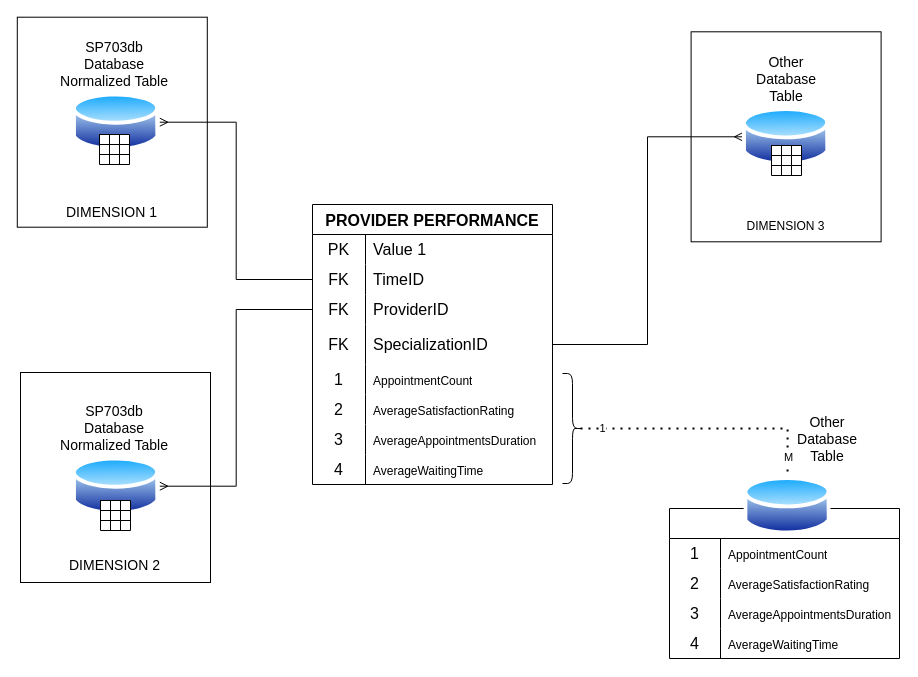
Above: page "datasource diagram DW" (9 of 9) of SP703.drawio in vinsanity2022/ERD_SP703 (draw.io), before the change. Source tidied: cells renumbered, new cells numbered last; positions are measured from the earlier drawing's top-left corner, leaving out a move shared by most shapes. Both pictures are drawn from the tidied source at 100%, with x=0, y=0 at pixel (17, 17).
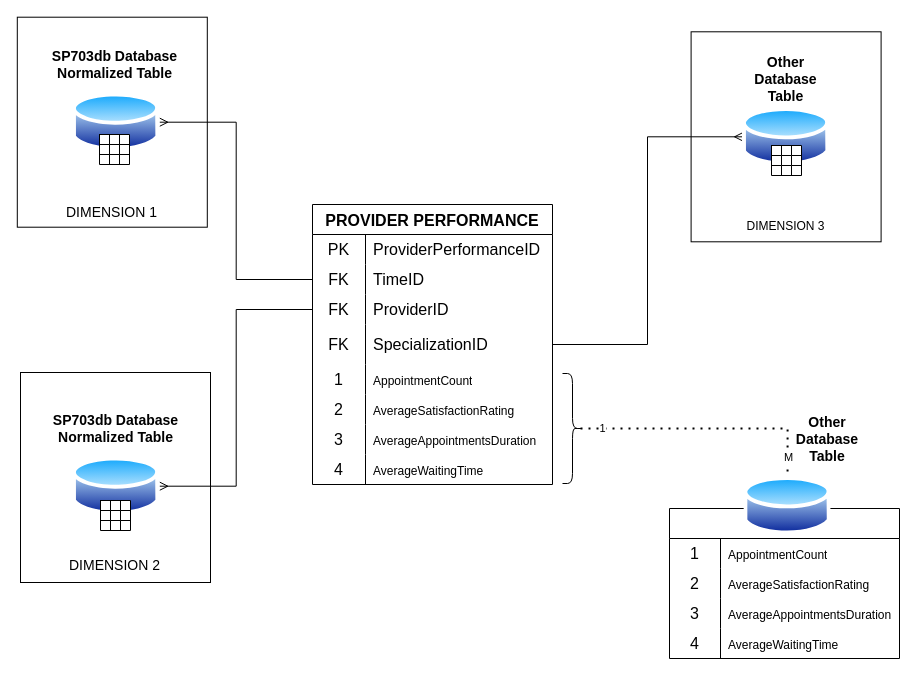
Above is the later version.

Unchanged cells that the change refers to:
```xml
<mxCell id="7" style="shape=tableRow;horizontal=0;startSize=0;swimlaneHead=0;swimlaneBody=0;top=0;left=0;bottom=0;right=0;fillColor=none;strokeColor=inherit;fontSize=16;" parent="6" vertex="1">
  <mxGeometry y="30" width="240" height="30" as="geometry" />
</mxCell>
```

What changed in the source:
```diff
@@
-    <mxCell id="9" value="Value 1" style="shape=partialRectangle;html=1;whiteSpace=wrap;fillColor=none;top=0;left=0;bottom=0;right=0;align=left;spacingLeft=6;overflow=hidden;strokeColor=inherit;fontSize=16;" parent="7" vertex="1">
+    <mxCell id="9" value="ProviderPerformanceID" style="shape=partialRectangle;html=1;whiteSpace=wrap;fillColor=none;top=0;left=0;bottom=0;right=0;align=left;spacingLeft=6;overflow=hidden;strokeColor=inherit;fontSize=16;" parent="7" vertex="1">
       <mxGeometry x="53" width="187" height="30" as="geometry" />
     </mxCell>
@@
-    <mxCell id="45" value="&lt;font style=&quot;font-size: 14px;&quot;&gt;Other Database Table&lt;/font&gt;" style="text;strokeColor=none;align=center;fillColor=none;html=1;verticalAlign=middle;whiteSpace=wrap;rounded=0;" parent="1" vertex="1">
+    <mxCell id="45" value="&lt;font style=&quot;font-size: 14px;&quot;&gt;&lt;b&gt;Other Database Table&lt;/b&gt;&lt;/font&gt;" style="text;strokeColor=none;align=center;fillColor=none;html=1;verticalAlign=middle;whiteSpace=wrap;rounded=0;" parent="1" vertex="1">
       <mxGeometry x="775" y="397" width="70" height="50" as="geometry" />
     </mxCell>
-    <mxCell id="46" value="&lt;font style=&quot;font-size: 14px;&quot;&gt;Other Database Table&lt;/font&gt;" style="text;strokeColor=none;align=center;fillColor=none;html=1;verticalAlign=middle;whiteSpace=wrap;rounded=0;" parent="1" vertex="1">
-      <mxGeometry x="733.6" y="37" width="70" height="50" as="geometry" />
+    <mxCell id="46" value="&lt;font style=&quot;font-size: 14px;&quot;&gt;&lt;b&gt;Other Database Table&lt;/b&gt;&lt;/font&gt;" style="text;strokeColor=none;align=center;fillColor=none;html=1;verticalAlign=middle;whiteSpace=wrap;rounded=0;" parent="1" vertex="1">
+      <mxGeometry x="727.6" y="37" width="81.3" height="50" as="geometry" />
     </mxCell>
@@
-    <mxCell id="51" value="&lt;font style=&quot;font-size: 14px;&quot;&gt;SP703db Database Normalized Table&lt;/font&gt;" style="text;strokeColor=none;align=center;fillColor=none;html=1;verticalAlign=middle;whiteSpace=wrap;rounded=0;" parent="1" vertex="1">
-      <mxGeometry x="40" y="22.4" width="113.7" height="50" as="geometry" />
+    <mxCell id="51" value="&lt;font style=&quot;font-size: 14px;&quot;&gt;&lt;b&gt;SP703db Database Normalized Table&lt;/b&gt;&lt;/font&gt;" style="text;strokeColor=none;align=center;fillColor=none;html=1;verticalAlign=middle;whiteSpace=wrap;rounded=0;" parent="1" vertex="1">
+      <mxGeometry x="30" y="22.4" width="135" height="50" as="geometry" />
     </mxCell>
@@
-    <mxCell id="99" value="&lt;font style=&quot;font-size: 14px;&quot;&gt;SP703db Database Normalized Table&lt;/font&gt;" style="text;strokeColor=none;align=center;fillColor=none;html=1;verticalAlign=middle;whiteSpace=wrap;rounded=0;" parent="1" vertex="1">
-      <mxGeometry x="40.2" y="386.4" width="113.7" height="50" as="geometry" />
+    <mxCell id="99" value="&lt;font style=&quot;font-size: 14px;&quot;&gt;&lt;b&gt;SP703db Database Normalized Table&lt;/b&gt;&lt;/font&gt;" style="text;strokeColor=none;align=center;fillColor=none;html=1;verticalAlign=middle;whiteSpace=wrap;rounded=0;" parent="1" vertex="1">
+      <mxGeometry x="31.2" y="386.4" width="134.8" height="50" as="geometry" />
     </mxCell>
```
